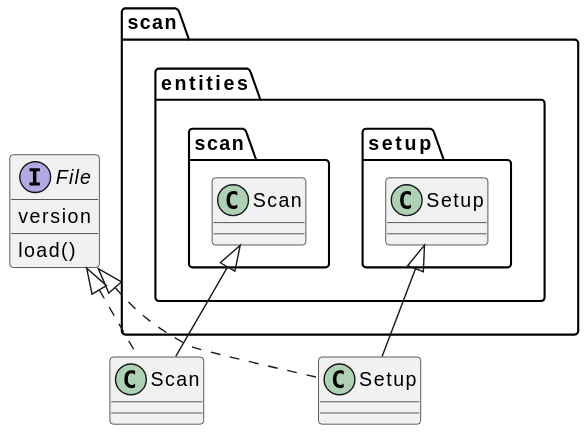
The PlantUML diagram docs/uml/evedata.scan.boundaries.scan.svg in tillbiskup/evedata, before a commit.
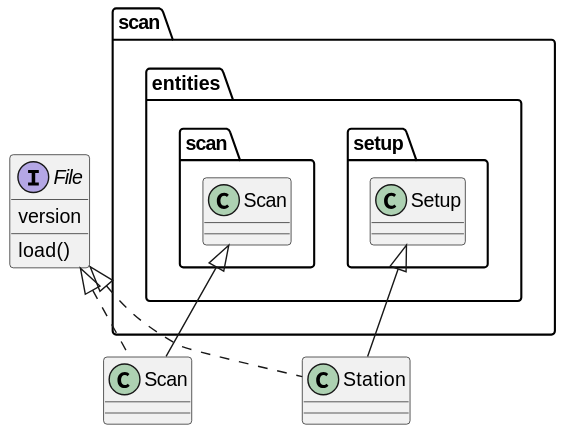
The same file after the commit.

The edit, as a diff of the source:
```diff
@@ -8,6 +8,6 @@
 class Scan extends scan.entities.scan.Scan implements File {
 }
 
-class Setup extends scan.entities.setup.Setup implements File {
+class Station extends scan.entities.setup.Setup implements File {
 }
 @enduml
```
